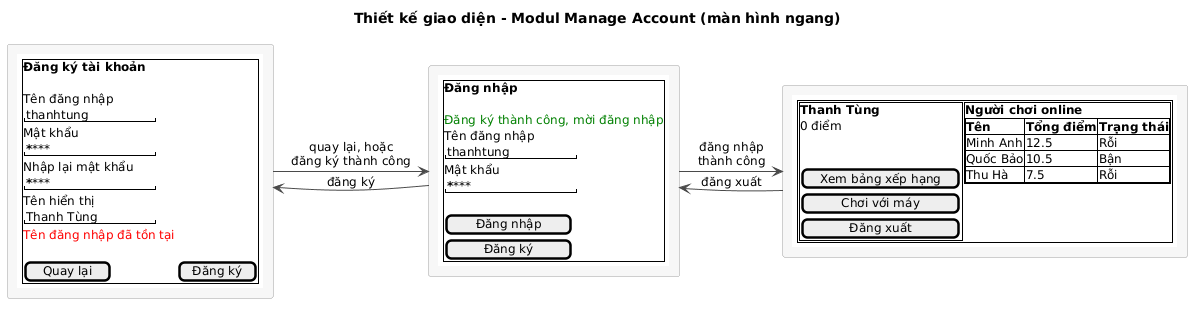
This is docs/uml/pha3/ui-m4.png from VattenL/mobile-pikachu, a PlantUML export, as it was before one commit.
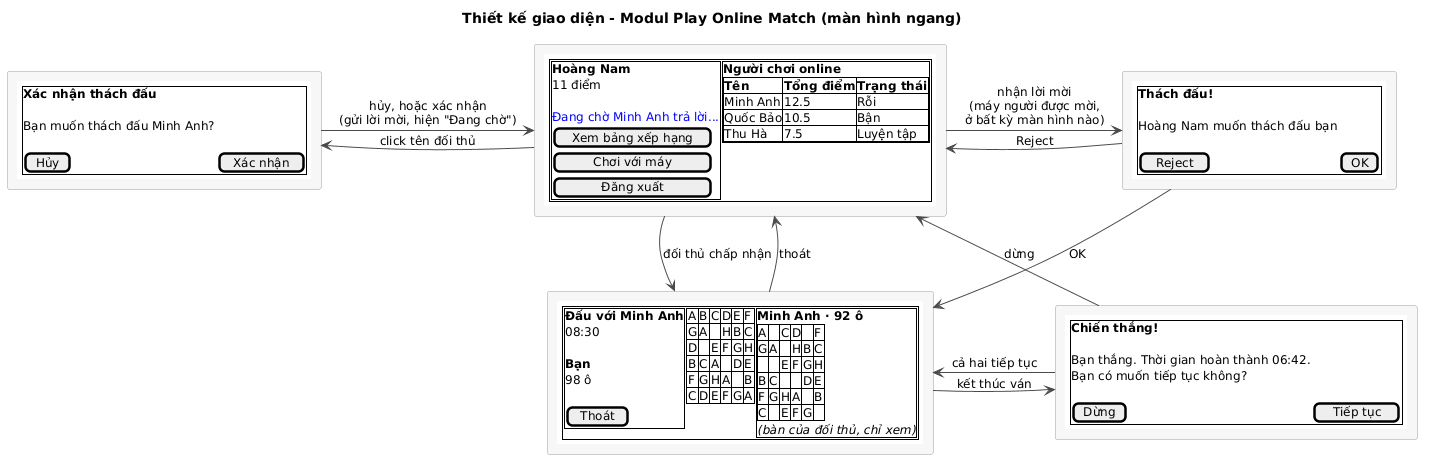
Later version of the same file.

The edit, as a diff of the source:
```diff
@@ -1,5 +1,5 @@
 @startuml
-title Thiết kế giao diện - Modul Manage Account (màn hình ngang)
+title Thiết kế giao diện - Modul Play Online Match (màn hình ngang)
 
 skinparam shadowing false
 skinparam defaultFontSize 12
@@ -9,51 +9,14 @@
   BorderColor #9E9E9E
 }
 
-rectangle Register [
-{{salt
-{+
-  <b>Đăng ký tài khoản
-  .
-  Tên đăng nhập
-  "thanhtung       "
-  Mật khẩu
-  "********        "
-  Nhập lại mật khẩu
-  "********        "
-  Tên hiển thị
-  "Thanh Tùng      "
-  <color:red>Tên đăng nhập đã tồn tại
-  .
-  [ Quay lại ] | [ Đăng ký ]
-}
-}}
-]
-
-rectangle Login [
-{{salt
-{+
-  <b>Đăng nhập
-  .
-  <color:green>Đăng ký thành công, mời đăng nhập
-  Tên đăng nhập
-  "thanhtung       "
-  Mật khẩu
-  "********        "
-  .
-  [   Đăng nhập   ]
-  [    Đăng ký    ]
-}
-}}
-]
-
 rectangle Main [
 {{salt
 {+
   { {+
-      <b>Thanh Tùng
-      0 điểm
+      <b>Hoàng Nam
+      11 điểm
       .
-      .
+      <color:blue>Đang chờ Minh Anh trả lời...
       [ Xem bảng xếp hạng ]
       [   Chơi với máy    ]
       [     Đăng xuất     ]
@@ -63,15 +26,92 @@
         <b>Tên | <b>Tổng điểm | <b>Trạng thái
         Minh Anh | 12.5 | Rỗi
         Quốc Bảo | 10.5 | Bận
-        Thu Hà | 7.5 | Rỗi
+        Thu Hà | 7.5 | Luyện tập
       }
     } }
 }
 }}
 ]
 
-Login -left-> Register : đăng ký
-Register -right-> Login : quay lại, hoặc\nđăng ký thành công
-Login -right-> Main : đăng nhập\nthành công
-Main -left-> Login : đăng xuất
+rectangle Confirm [
+{{salt
+{+
+  <b>Xác nhận thách đấu
+  .
+  Bạn muốn thách đấu Minh Anh?
+  .
+  [ Hủy ] | [ Xác nhận ]
+}
+}}
+]
+
+rectangle Invite [
+{{salt
+{+
+  <b>Thách đấu!
+  .
+  Hoàng Nam muốn thách đấu bạn
+  .
+  [ Reject ] | [ OK ]
+}
+}}
+]
+
+rectangle Match [
+{{salt
+{+
+  { {+
+      <b>Đấu với Minh Anh
+      08:30
+      .
+      <b>Bạn
+      98 ô
+      .
+      [ Thoát ]
+    } | {#
+      A | B | C | D | E | F
+      G | A | . | H | B | C
+      D | . | E | F | G | H
+      B | C | A | . | D | E
+      F | G | H | A | . | B
+      C | D | E | F | G | A
+    } | {+
+      <b>Minh Anh · 92 ô
+      {#
+        A | . | C | D | . | F
+        G | A | . | H | B | C
+        . | . | E | F | G | H
+        B | C | . | . | D | E
+        F | G | H | A | . | B
+        C | . | E | F | G | .
+      }
+      <i>(bàn của đối thủ, chỉ xem)
+    } }
+}
+}}
+]
+
+rectangle Result [
+{{salt
+{+
+  <b>Chiến thắng!
+  .
+  Bạn thắng. Thời gian hoàn thành 06:42.
+  Bạn có muốn tiếp tục không?
+  .
+  [ Dừng ] | [ Tiếp tục ]
+}
+}}
+]
+
+Main -left-> Confirm : click tên đối thủ
+Confirm -right-> Main : hủy, hoặc xác nhận\n(gửi lời mời, hiện "Đang chờ")
+Main -right-> Invite : nhận lời mời\n(máy người được mời,\nở bất kỳ màn hình nào)
+Invite -left-> Main : Reject
+Invite -down-> Match : OK
+Main -down-> Match : đối thủ chấp nhận
+Match -right-> Result : kết thúc ván
+Result -up-> Match : cả hai tiếp tục
+Result -up-> Main : dừng
+Match -up-> Main : thoát
 @enduml
```
